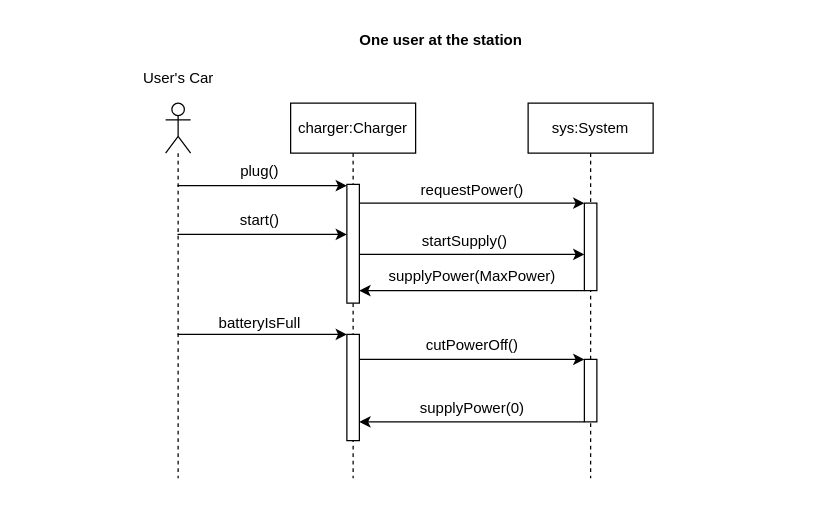
Before: page "One user charges his car" (2 of 9) of Documents/Design/UseCases_SequenceDiagrams.drawio in SeanDBrrr/PowerLoadBalancer, a draw.io diagram. Source tidied: cells renumbered, new cells numbered last; positions are measured from the earlier drawing's top-left corner, leaving out a move shared by most shapes. Both pictures are drawn from the tidied source at 125%, with x=0, y=0 at pixel (128, 21).
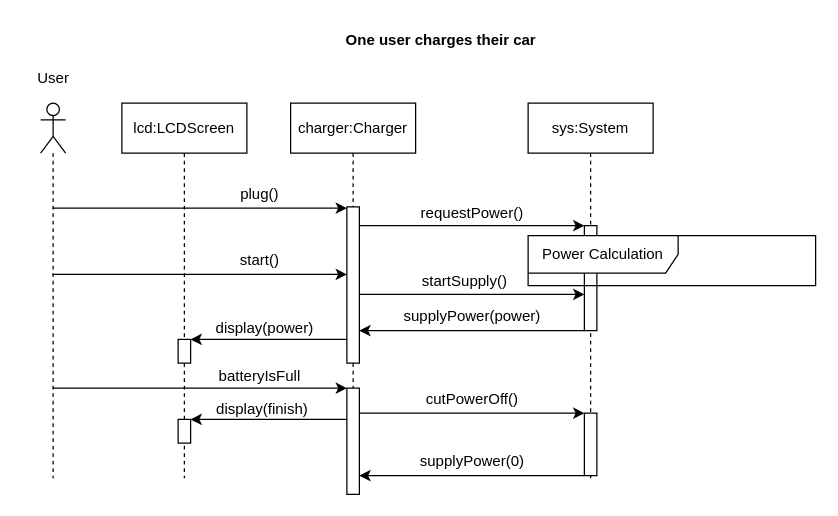
After the change.

The change refers to these unchanged cells:
```xml
<mxCell id="2" value="charger:Charger" style="shape=umlLifeline;perimeter=lifelinePerimeter;whiteSpace=wrap;html=1;newEdgeStyle={&quot;edgeStyle&quot;:&quot;elbowEdgeStyle&quot;,&quot;elbow&quot;:&quot;vertical&quot;,&quot;curved&quot;:0,&quot;rounded&quot;:0};" parent="1" vertex="1">
  <mxGeometry x="130" y="65" width="100" height="300" as="geometry" />
</mxCell>
<mxCell id="5" value="sys:System" style="shape=umlLifeline;perimeter=lifelinePerimeter;whiteSpace=wrap;html=1;newEdgeStyle={&quot;edgeStyle&quot;:&quot;elbowEdgeStyle&quot;,&quot;elbow&quot;:&quot;vertical&quot;,&quot;curved&quot;:0,&quot;rounded&quot;:0};" parent="1" vertex="1">
  <mxGeometry x="320" y="65" width="100" height="300" as="geometry" />
</mxCell>
```

Change to the diagram source:
```diff
@@
     <mxCell id="3" style="html=1;perimeter=orthogonalPerimeter;targetShapes=umlLifeline;newEdgeStyle={&quot;edgeStyle&quot;:&quot;elbowEdgeStyle&quot;,&quot;elbow&quot;:&quot;vertical&quot;,&quot;curved&quot;:0,&quot;rounded&quot;:0};" parent="2" vertex="1">
-      <mxGeometry x="45" y="65" width="10" height="95" as="geometry" />
+      <mxGeometry x="45" y="83" width="10" height="125" as="geometry" />
     </mxCell>
     <mxCell id="4" style="html=1;points=[];perimeter=orthogonalPerimeter;outlineConnect=0;targetShapes=umlLifeline;portConstraint=eastwest;newEdgeStyle={&quot;edgeStyle&quot;:&quot;elbowEdgeStyle&quot;,&quot;elbow&quot;:&quot;vertical&quot;,&quot;curved&quot;:0,&quot;rounded&quot;:0};" parent="2" vertex="1">
-      <mxGeometry x="45" y="185" width="10" height="85" as="geometry" />
+      <mxGeometry x="45" y="228" width="10" height="85" as="geometry" />
     </mxCell>
@@
     <mxCell id="6" style="html=1;perimeter=orthogonalPerimeter;targetShapes=umlLifeline;newEdgeStyle={&quot;edgeStyle&quot;:&quot;elbowEdgeStyle&quot;,&quot;elbow&quot;:&quot;vertical&quot;,&quot;curved&quot;:0,&quot;rounded&quot;:0};" parent="5" vertex="1">
-      <mxGeometry x="45" y="80" width="10" height="70" as="geometry" />
+      <mxGeometry x="45" y="98" width="10" height="84" as="geometry" />
     </mxCell>
     <mxCell id="7" style="html=1;perimeter=orthogonalPerimeter;targetShapes=umlLifeline;newEdgeStyle={&quot;edgeStyle&quot;:&quot;elbowEdgeStyle&quot;,&quot;elbow&quot;:&quot;vertical&quot;,&quot;curved&quot;:0,&quot;rounded&quot;:0};" parent="5" vertex="1">
-      <mxGeometry x="45" y="205" width="10" height="50" as="geometry" />
+      <mxGeometry x="45" y="248" width="10" height="50" as="geometry" />
     </mxCell>
     <mxCell id="8" style="edgeStyle=elbowEdgeStyle;rounded=0;orthogonalLoop=1;jettySize=auto;html=1;elbow=vertical;curved=0;" parent="1" edge="1">
       <mxGeometry relative="1" as="geometry">
-        <mxPoint x="39.5" y="131" as="sourcePoint" />
-        <mxPoint x="175" y="131" as="targetPoint" />
+        <mxPoint x="-60.5" y="149" as="sourcePoint" />
+        <mxPoint x="175" y="149" as="targetPoint" />
       </mxGeometry>
     </mxCell>
-    <mxCell id="9" style="edgeStyle=elbowEdgeStyle;rounded=0;jettySize=auto;html=1;elbow=vertical;curved=0;" parent="1" edge="1" source="11" target="4">
+    <mxCell id="9" style="edgeStyle=elbowEdgeStyle;rounded=0;jettySize=auto;html=1;elbow=vertical;curved=0;" parent="1" edge="1" target="4">
       <mxGeometry relative="1" as="geometry">
+        <mxPoint x="-60.5" y="293" as="sourcePoint" />
         <Array as="points">
-          <mxPoint x="115" y="250" />
+          <mxPoint x="115" y="293" />
         </Array>
       </mxGeometry>
     </mxCell>
     <mxCell id="10" style="edgeStyle=elbowEdgeStyle;rounded=0;orthogonalLoop=1;jettySize=auto;html=1;elbow=vertical;curved=0;" parent="1" edge="1">
       <mxGeometry relative="1" as="geometry">
-        <mxPoint x="39.5" y="170" as="sourcePoint" />
-        <mxPoint x="175" y="170" as="targetPoint" />
+        <mxPoint x="-60.5" y="202" as="sourcePoint" />
+        <mxPoint x="175" y="202" as="targetPoint" />
         <Array as="points">
-          <mxPoint x="113" y="170" />
+          <mxPoint x="113" y="202" />
         </Array>
       </mxGeometry>
     </mxCell>
     <mxCell id="11" style="shape=umlLifeline;perimeter=lifelinePerimeter;whiteSpace=wrap;html=1;outlineConnect=0;portConstraint=eastwest;newEdgeStyle={&quot;edgeStyle&quot;:&quot;elbowEdgeStyle&quot;,&quot;elbow&quot;:&quot;vertical&quot;,&quot;curved&quot;:0,&quot;rounded&quot;:0};participant=umlActor;" parent="1" vertex="1">
-      <mxGeometry x="30" y="65" width="20" height="300" as="geometry" />
+      <mxGeometry x="-70" y="65" width="20" height="300" as="geometry" />
     </mxCell>
     <mxCell id="12" value="plug()" style="text;html=1;align=center;verticalAlign=middle;strokeColor=none;fillColor=none;" parent="1" vertex="1">
-      <mxGeometry x="80" y="105" width="50" height="30" as="geometry" />
+      <mxGeometry x="80" y="123" width="50" height="30" as="geometry" />
     </mxCell>
-    <mxCell id="13" value="User's Car" style="text;html=1;align=center;verticalAlign=middle;strokeColor=none;fillColor=none;" parent="1" vertex="1">
-      <mxGeometry y="30" width="80" height="30" as="geometry" />
+    <mxCell id="13" value="User" style="text;html=1;align=center;verticalAlign=middle;strokeColor=none;fillColor=none;" parent="1" vertex="1">
+      <mxGeometry x="-85" y="30" width="50" height="30" as="geometry" />
     </mxCell>
     <mxCell id="14" style="edgeStyle=elbowEdgeStyle;rounded=0;orthogonalLoop=1;jettySize=auto;html=1;elbow=vertical;curved=0;" parent="1" edge="1">
       <mxGeometry relative="1" as="geometry">
-        <mxPoint x="185" y="145" as="sourcePoint" />
-        <mxPoint x="365" y="145" as="targetPoint" />
+        <mxPoint x="185" y="163" as="sourcePoint" />
+        <mxPoint x="365" y="163" as="targetPoint" />
       </mxGeometry>
     </mxCell>
     <mxCell id="15" value="requestPower()" style="text;html=1;align=center;verticalAlign=middle;strokeColor=none;fillColor=none;" parent="1" vertex="1">
-      <mxGeometry x="220" y="120" width="110" height="30" as="geometry" />
+      <mxGeometry x="220" y="138" width="110" height="30" as="geometry" />
     </mxCell>
     <mxCell id="16" style="edgeStyle=elbowEdgeStyle;rounded=0;orthogonalLoop=1;jettySize=auto;html=1;elbow=vertical;curved=0;" parent="1" edge="1">
       <mxGeometry relative="1" as="geometry">
-        <mxPoint x="365" y="215" as="sourcePoint" />
-        <mxPoint x="185" y="215" as="targetPoint" />
+        <mxPoint x="365" y="247" as="sourcePoint" />
+        <mxPoint x="185" y="247" as="targetPoint" />
       </mxGeometry>
     </mxCell>
-    <mxCell id="17" value="supplyPower(MaxPower)" style="text;html=1;align=center;verticalAlign=middle;strokeColor=none;fillColor=none;" parent="1" vertex="1">
-      <mxGeometry x="195" y="189" width="160" height="30" as="geometry" />
+    <mxCell id="17" value="supplyPower(power)" style="text;html=1;align=center;verticalAlign=middle;strokeColor=none;fillColor=none;" parent="1" vertex="1">
+      <mxGeometry x="210" y="221" width="130" height="30" as="geometry" />
     </mxCell>
     <mxCell id="18" value="batteryIsFull" style="text;html=1;align=center;verticalAlign=middle;strokeColor=none;fillColor=none;" parent="1" vertex="1">
-      <mxGeometry x="60" y="226" width="90" height="30" as="geometry" />
+      <mxGeometry x="60" y="269" width="90" height="30" as="geometry" />
     </mxCell>
     <mxCell id="19" style="edgeStyle=elbowEdgeStyle;rounded=0;orthogonalLoop=1;jettySize=auto;html=1;elbow=vertical;curved=0;" parent="1" edge="1">
       <mxGeometry relative="1" as="geometry">
-        <mxPoint x="185" y="270" as="sourcePoint" />
-        <mxPoint x="365" y="270" as="targetPoint" />
+        <mxPoint x="185" y="313" as="sourcePoint" />
+        <mxPoint x="365" y="313" as="targetPoint" />
       </mxGeometry>
     </mxCell>
     <mxCell id="20" value="cutPowerOff()" style="text;html=1;align=center;verticalAlign=middle;strokeColor=none;fillColor=none;" parent="1" vertex="1">
-      <mxGeometry x="225" y="244" width="100" height="30" as="geometry" />
+      <mxGeometry x="225" y="287" width="100" height="30" as="geometry" />
     </mxCell>
     <mxCell id="21" value="supplyPower(0)" style="text;html=1;align=center;verticalAlign=middle;strokeColor=none;fillColor=none;" parent="1" vertex="1">
-      <mxGeometry x="220" y="294" width="110" height="30" as="geometry" />
+      <mxGeometry x="220" y="337" width="110" height="30" as="geometry" />
     </mxCell>
     <mxCell id="22" style="edgeStyle=elbowEdgeStyle;rounded=0;orthogonalLoop=1;jettySize=auto;html=1;elbow=vertical;curved=0;" parent="1" edge="1">
       <mxGeometry relative="1" as="geometry">
-        <mxPoint x="365" y="320" as="sourcePoint" />
-        <mxPoint x="185" y="320" as="targetPoint" />
+        <mxPoint x="365" y="363" as="sourcePoint" />
+        <mxPoint x="185" y="363" as="targetPoint" />
       </mxGeometry>
     </mxCell>
     <mxCell id="23" value="start()" style="text;html=1;align=center;verticalAlign=middle;strokeColor=none;fillColor=none;" parent="1" vertex="1">
-      <mxGeometry x="80" y="144" width="50" height="30" as="geometry" />
+      <mxGeometry x="80" y="176" width="50" height="30" as="geometry" />
     </mxCell>
-    <mxCell id="24" value="&lt;b&gt;One user at the station&lt;/b&gt;" style="text;html=1;align=center;verticalAlign=middle;strokeColor=none;fillColor=none;" parent="1" vertex="1">
-      <mxGeometry x="175" width="150" height="30" as="geometry" />
+    <mxCell id="24" value="&lt;b&gt;One user charges their car&lt;/b&gt;" style="text;html=1;align=center;verticalAlign=middle;strokeColor=none;fillColor=none;" parent="1" vertex="1">
+      <mxGeometry x="160" width="180" height="30" as="geometry" />
     </mxCell>
     <mxCell id="25" value="startSupply()" style="text;html=1;align=center;verticalAlign=middle;strokeColor=none;fillColor=none;" parent="1" vertex="1">
-      <mxGeometry x="224" y="161" width="90" height="30" as="geometry" />
+      <mxGeometry x="224" y="193" width="90" height="30" as="geometry" />
     </mxCell>
     <mxCell id="26" style="edgeStyle=elbowEdgeStyle;rounded=0;orthogonalLoop=1;jettySize=auto;html=1;elbow=vertical;curved=0;" parent="1" edge="1">
       <mxGeometry relative="1" as="geometry">
-        <mxPoint x="185" y="186" as="sourcePoint" />
-        <mxPoint x="365" y="186" as="targetPoint" />
+        <mxPoint x="185" y="218" as="sourcePoint" />
+        <mxPoint x="365" y="218" as="targetPoint" />
       </mxGeometry>
     </mxCell>
+    <mxCell id="27" value="Power Calculation" style="shape=umlFrame;whiteSpace=wrap;html=1;width=120;height=30;" parent="1" vertex="1">
+      <mxGeometry x="320" y="171" width="230" height="40" as="geometry" />
+    </mxCell>
+    <mxCell id="28" value="lcd:LCDScreen" style="shape=umlLifeline;perimeter=lifelinePerimeter;whiteSpace=wrap;html=1;newEdgeStyle={&quot;edgeStyle&quot;:&quot;elbowEdgeStyle&quot;,&quot;elbow&quot;:&quot;vertical&quot;,&quot;curved&quot;:0,&quot;rounded&quot;:0};" parent="1" vertex="1">
+      <mxGeometry x="-5" y="65" width="100" height="300" as="geometry" />
+    </mxCell>
+    <mxCell id="29" style="html=1;perimeter=orthogonalPerimeter;targetShapes=umlLifeline;newEdgeStyle={&quot;edgeStyle&quot;:&quot;elbowEdgeStyle&quot;,&quot;elbow&quot;:&quot;vertical&quot;,&quot;curved&quot;:0,&quot;rounded&quot;:0};" parent="28" vertex="1">
+      <mxGeometry x="45" y="189" width="10" height="19" as="geometry" />
+    </mxCell>
+    <mxCell id="30" style="edgeStyle=elbowEdgeStyle;rounded=0;orthogonalLoop=1;jettySize=auto;html=1;elbow=vertical;curved=0;" parent="1" edge="1">
+      <mxGeometry relative="1" as="geometry">
+        <mxPoint x="175" y="254" as="sourcePoint" />
+        <mxPoint x="50" y="254" as="targetPoint" />
+      </mxGeometry>
+    </mxCell>
+    <mxCell id="31" value="display(power)" style="text;html=1;align=center;verticalAlign=middle;strokeColor=none;fillColor=none;" parent="1" vertex="1">
+      <mxGeometry x="59" y="230" width="100" height="30" as="geometry" />
+    </mxCell>
+    <mxCell id="32" style="html=1;perimeter=orthogonalPerimeter;targetShapes=umlLifeline;newEdgeStyle={&quot;edgeStyle&quot;:&quot;elbowEdgeStyle&quot;,&quot;elbow&quot;:&quot;vertical&quot;,&quot;curved&quot;:0,&quot;rounded&quot;:0};" parent="1" vertex="1">
+      <mxGeometry x="40" y="318" width="10" height="19" as="geometry" />
+    </mxCell>
+    <mxCell id="33" style="edgeStyle=elbowEdgeStyle;rounded=0;orthogonalLoop=1;jettySize=auto;html=1;elbow=vertical;curved=0;" parent="1" edge="1">
+      <mxGeometry relative="1" as="geometry">
+        <mxPoint x="175" y="318" as="sourcePoint" />
+        <mxPoint x="50" y="318" as="targetPoint" />
+      </mxGeometry>
+    </mxCell>
+    <mxCell id="34" value="display(finish)" style="text;html=1;align=center;verticalAlign=middle;strokeColor=none;fillColor=none;" parent="1" vertex="1">
+      <mxGeometry x="57" y="295" width="100" height="30" as="geometry" />
+    </mxCell>
```
